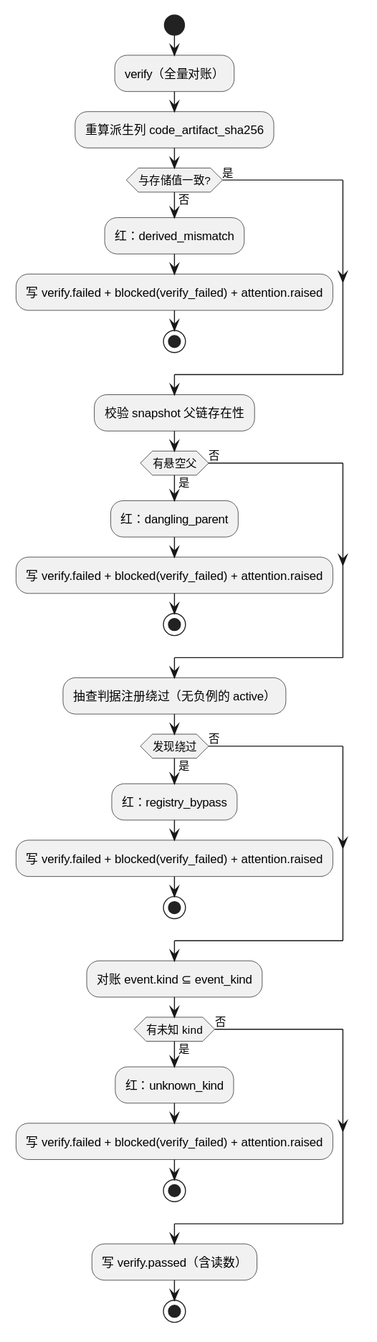
Before: design/diagrams/p9-verify.svg, a diagram exported from PlantUML (raitpor/dsh-software-dev-office).
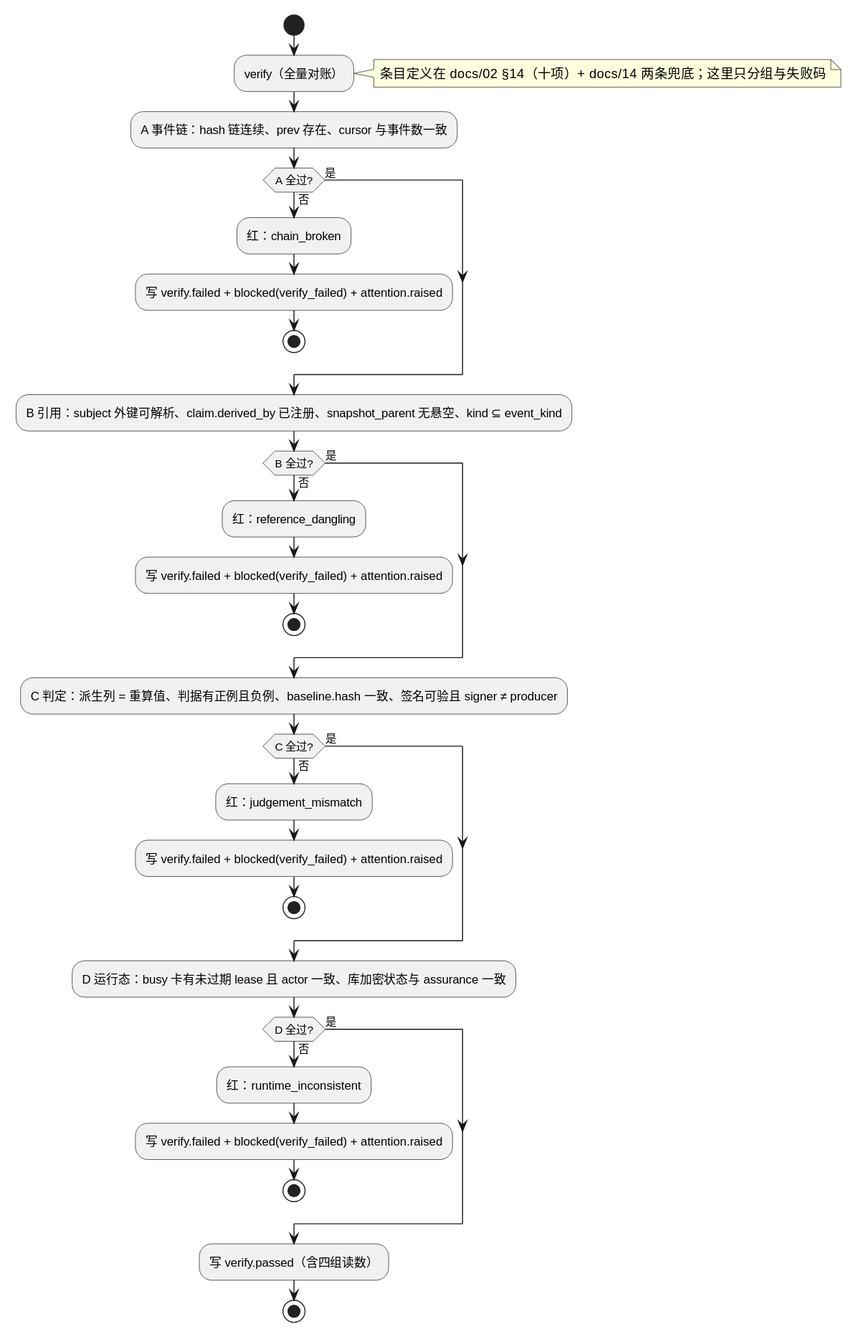
The same file after the commit.

Change to the diagram source:
```diff
@@ -1,34 +1,35 @@
 @startuml
 start
 :verify（全量对账）;
-:重算派生列 code_artifact_sha256;
-if (与存储值一致?) then (否)
-  :红：derived_mismatch;
+note right: 条目定义在 docs/02 §14（十项）+ docs/14 两条兜底；这里只分组与失败码
+:A 事件链：hash 链连续、prev 存在、cursor 与事件数一致;
+if (A 全过?) then (否)
+  :红：chain_broken;
   :写 verify.failed + blocked(verify_failed) + attention.raised;
   stop
 else (是)
 endif
-:校验 snapshot 父链存在性;
-if (有悬空父) then (是)
-  :红：dangling_parent;
+:B 引用：subject 外键可解析、claim.derived_by 已注册、snapshot_parent 无悬空、kind ⊆ event_kind;
+if (B 全过?) then (否)
+  :红：reference_dangling;
   :写 verify.failed + blocked(verify_failed) + attention.raised;
   stop
-else (否)
+else (是)
 endif
-:抽查判据注册绕过（无负例的 active）;
-if (发现绕过) then (是)
-  :红：registry_bypass;
+:C 判定：派生列 = 重算值、判据有正例且负例、baseline.hash 一致、签名可验且 signer ≠ producer;
+if (C 全过?) then (否)
+  :红：judgement_mismatch;
   :写 verify.failed + blocked(verify_failed) + attention.raised;
   stop
-else (否)
+else (是)
 endif
-:对账 event.kind ⊆ event_kind;
-if (有未知 kind) then (是)
-  :红：unknown_kind;
+:D 运行态：busy 卡有未过期 lease 且 actor 一致、库加密状态与 assurance 一致;
+if (D 全过?) then (否)
+  :红：runtime_inconsistent;
   :写 verify.failed + blocked(verify_failed) + attention.raised;
   stop
-else (否)
+else (是)
 endif
-:写 verify.passed（含读数）;
+:写 verify.passed（含四组读数）;
 stop
 @enduml
```
